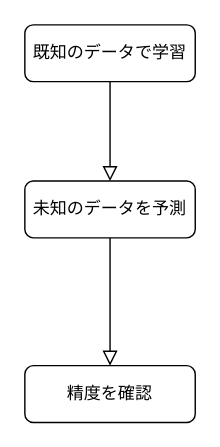
Above: sup/scikit-learn/flow1.drawio in unihitsuji/draw.io (draw.io), before the change. Source tidied: cells renumbered, new cells numbered last; positions are measured from the earlier drawing's top-left corner, leaving out a move shared by most shapes. Both pictures are drawn from the tidied source at 142%, with x=0, y=0 at pixel (24, 24).
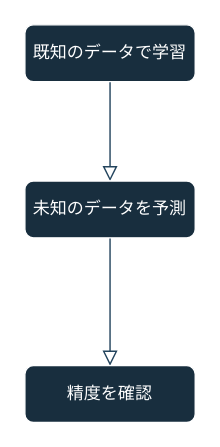
The same diagram, later.

Commit message (it also covers changes not shown here):
flow1.drawio を更新します

Diff of the diagram source:
```diff
@@
 <mxGraphModel>
   <root>
     <mxCell id="0" />
     <mxCell id="1" parent="0" />
-    <mxCell id="2" style="rounded=0;html=1;jettySize=auto;fontSize=11;endArrow=block;endFill=0;endSize=8;strokeWidth=1;shadow=0;labelBackgroundColor=none;edgeStyle=orthogonalEdgeStyle;entryX=0.5;entryY=0;entryDx=0;entryDy=0;" parent="1" edge="1" source="3" target="6">
+    <mxCell id="2" style="rounded=1;html=1;jettySize=auto;fontSize=11;endArrow=block;endFill=0;endSize=8;strokeWidth=1;shadow=0;labelBackgroundColor=none;edgeStyle=orthogonalEdgeStyle;entryX=0.5;entryY=0;entryDx=0;entryDy=0;strokeColor=#23445D;fontColor=default;" parent="1" edge="1" source="3" target="6">
       <mxGeometry relative="1" as="geometry" />
     </mxCell>
-    <mxCell id="3" value="既知のデータで学習" style="rounded=1;whiteSpace=wrap;html=1;fontSize=12;glass=0;strokeWidth=1;shadow=0;" parent="1" vertex="1">
+    <mxCell id="3" value="既知のデータで学習" style="rounded=1;whiteSpace=wrap;html=1;fontSize=12;glass=0;strokeWidth=1;shadow=0;labelBackgroundColor=none;fillColor=#182E3E;strokeColor=#FFFFFF;fontColor=#FFFFFF;" parent="1" vertex="1">
       <mxGeometry width="120" height="40" as="geometry" />
     </mxCell>
-    <mxCell id="4" style="rounded=0;html=1;jettySize=auto;fontSize=11;endArrow=block;endFill=0;endSize=8;strokeWidth=1;shadow=0;labelBackgroundColor=none;edgeStyle=orthogonalEdgeStyle;exitX=0.5;exitY=1;exitDx=0;exitDy=0;" parent="1" edge="1" source="6" target="5">
+    <mxCell id="4" style="rounded=1;html=1;jettySize=auto;fontSize=11;endArrow=block;endFill=0;endSize=8;strokeWidth=1;shadow=0;labelBackgroundColor=none;edgeStyle=orthogonalEdgeStyle;exitX=0.5;exitY=1;exitDx=0;exitDy=0;strokeColor=#23445D;fontColor=default;" parent="1" edge="1" source="6" target="5">
       <mxGeometry x="0.33" y="20" relative="1" as="geometry" />
     </mxCell>
-    <mxCell id="5" value="精度を確認" style="rounded=1;whiteSpace=wrap;html=1;fontSize=12;glass=0;strokeWidth=1;shadow=0;" parent="1" vertex="1">
+    <mxCell id="5" value="精度を確認" style="rounded=1;whiteSpace=wrap;html=1;fontSize=12;glass=0;strokeWidth=1;shadow=0;labelBackgroundColor=none;fillColor=#182E3E;strokeColor=#FFFFFF;fontColor=#FFFFFF;" parent="1" vertex="1">
       <mxGeometry y="240" width="120" height="40" as="geometry" />
     </mxCell>
-    <mxCell id="6" value="未知のデータを予測" style="rounded=1;whiteSpace=wrap;html=1;fontSize=12;glass=0;strokeWidth=1;shadow=0;" parent="1" vertex="1">
+    <mxCell id="6" value="未知のデータを予測" style="rounded=1;whiteSpace=wrap;html=1;fontSize=12;glass=0;strokeWidth=1;shadow=0;labelBackgroundColor=none;fillColor=#182E3E;strokeColor=#FFFFFF;fontColor=#FFFFFF;" parent="1" vertex="1">
       <mxGeometry y="110" width="120" height="40" as="geometry" />
     </mxCell>
   </root>
 </mxGraphModel>
```
